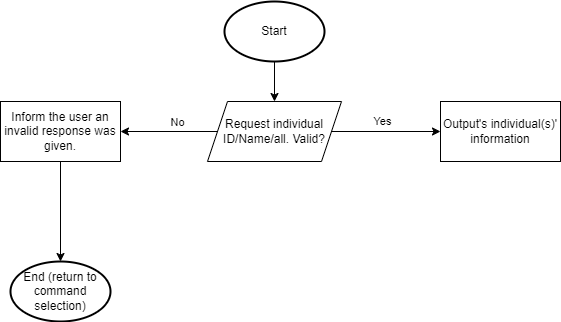
Earlier version of the draw.io export flowcharts/viewindividuals.drawio.png (iiRealisticDev/unit4tournamentapp). Source tidied: cells renumbered, new cells last; positions are measured from the earlier drawing's top-left corner, leaving out a move shared by most shapes. Source of this version:
```xml
<mxGraphModel>
  <root>
    <mxCell id="0" />
    <mxCell id="1" parent="0" />
    <mxCell id="2" style="edgeStyle=none;html=1;entryX=0.5;entryY=0;entryDx=0;entryDy=0;" parent="1" edge="1" source="3" target="8">
      <mxGeometry relative="1" as="geometry" />
    </mxCell>
    <mxCell id="3" value="Start" style="strokeWidth=2;html=1;shape=mxgraph.flowchart.start_1;whiteSpace=wrap;" parent="1" vertex="1">
      <mxGeometry x="224" width="100" height="60" as="geometry" />
    </mxCell>
    <mxCell id="4" style="edgeStyle=none;html=1;entryX=0;entryY=0.5;entryDx=0;entryDy=0;" parent="1" edge="1" source="8" target="9">
      <mxGeometry relative="1" as="geometry" />
    </mxCell>
    <mxCell id="5" value="Yes" style="edgeLabel;html=1;align=center;verticalAlign=middle;" parent="4" vertex="1">
      <mxGeometry x="0.45" y="-5" relative="1" as="geometry">
        <mxPoint x="-29" y="-16" as="offset" />
      </mxGeometry>
    </mxCell>
    <mxCell id="6" style="edgeStyle=none;html=1;entryX=1;entryY=0.5;entryDx=0;entryDy=0;" parent="1" edge="1" source="8" target="11">
      <mxGeometry relative="1" as="geometry" />
    </mxCell>
    <mxCell id="7" value="No" style="edgeLabel;html=1;align=center;verticalAlign=middle;" parent="6" vertex="1">
      <mxGeometry x="-0.47" y="-2" relative="1" as="geometry">
        <mxPoint x="-15" y="-8" as="offset" />
      </mxGeometry>
    </mxCell>
    <mxCell id="8" value="Request individual ID/Name/all. Valid?" style="shape=parallelogram;perimeter=parallelogramPerimeter;whiteSpace=wrap;html=1;fixedSize=1;" parent="1" vertex="1">
      <mxGeometry x="207" y="100" width="134" height="60" as="geometry" />
    </mxCell>
    <mxCell id="9" value="Output's individual(s)' information" style="rounded=0;whiteSpace=wrap;html=1;" parent="1" vertex="1">
      <mxGeometry x="440" y="100" width="120" height="60" as="geometry" />
    </mxCell>
    <mxCell id="10" style="edgeStyle=none;html=1;" parent="1" edge="1" source="11" target="12">
      <mxGeometry relative="1" as="geometry" />
    </mxCell>
    <mxCell id="11" value="Inform the user an invalid response was given." style="rounded=0;whiteSpace=wrap;html=1;" parent="1" vertex="1">
      <mxGeometry y="100" width="120" height="60" as="geometry" />
    </mxCell>
    <mxCell id="12" value="End (return to command selection)" style="strokeWidth=2;html=1;shape=mxgraph.flowchart.start_1;whiteSpace=wrap;" parent="1" vertex="1">
      <mxGeometry x="10" y="260" width="100" height="60" as="geometry" />
    </mxCell>
  </root>
</mxGraphModel>
```
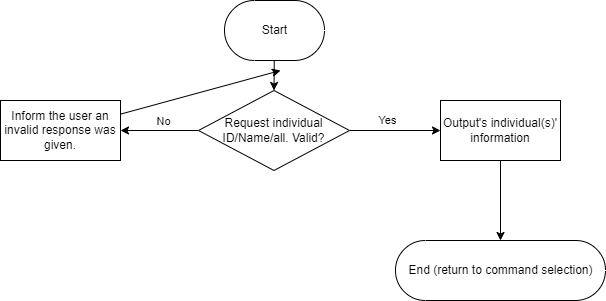
Later version of the same file.

Change to the diagram source:
```diff
@@ -5,7 +5,7 @@
     <mxCell id="2" style="edgeStyle=none;html=1;entryX=0.5;entryY=0;entryDx=0;entryDy=0;" parent="1" edge="1" source="3" target="8">
       <mxGeometry relative="1" as="geometry" />
     </mxCell>
-    <mxCell id="3" value="Start" style="strokeWidth=2;html=1;shape=mxgraph.flowchart.start_1;whiteSpace=wrap;" parent="1" vertex="1">
+    <mxCell id="3" value="Start" style="html=1;dashed=0;whitespace=wrap;shape=mxgraph.dfd.start;strokeColor=default;fontFamily=Helvetica;fontSize=12;fontColor=default;fillColor=default;" parent="1" vertex="1">
       <mxGeometry x="224" width="100" height="60" as="geometry" />
     </mxCell>
     <mxCell id="4" style="edgeStyle=none;html=1;entryX=0;entryY=0.5;entryDx=0;entryDy=0;" parent="1" edge="1" source="8" target="9">
@@ -24,20 +24,27 @@
         <mxPoint x="-15" y="-8" as="offset" />
       </mxGeometry>
     </mxCell>
-    <mxCell id="8" value="Request individual ID/Name/all. Valid?" style="shape=parallelogram;perimeter=parallelogramPerimeter;whiteSpace=wrap;html=1;fixedSize=1;" parent="1" vertex="1">
-      <mxGeometry x="207" y="100" width="134" height="60" as="geometry" />
+    <mxCell id="8" value="Request individual ID/Name/all. Valid?" style="rhombus;whiteSpace=wrap;html=1;strokeColor=default;fontFamily=Helvetica;fontSize=12;fontColor=default;fillColor=default;" parent="1" vertex="1">
+      <mxGeometry x="198" y="90" width="151" height="80" as="geometry" />
     </mxCell>
     <mxCell id="9" value="Output's individual(s)' information" style="rounded=0;whiteSpace=wrap;html=1;" parent="1" vertex="1">
       <mxGeometry x="440" y="100" width="120" height="60" as="geometry" />
     </mxCell>
-    <mxCell id="10" style="edgeStyle=none;html=1;" parent="1" edge="1" source="11" target="12">
-      <mxGeometry relative="1" as="geometry" />
+    <mxCell id="10" style="edgeStyle=none;html=1;" parent="1" edge="1" target="12">
+      <mxGeometry relative="1" as="geometry">
+        <mxPoint x="500" y="160" as="sourcePoint" />
+      </mxGeometry>
     </mxCell>
+    <mxCell id="13" style="edgeStyle=none;html=1;" parent="1" edge="1" source="11">
+      <mxGeometry relative="1" as="geometry">
+        <mxPoint x="280" y="70" as="targetPoint" />
+      </mxGeometry>
+    </mxCell>
     <mxCell id="11" value="Inform the user an invalid response was given." style="rounded=0;whiteSpace=wrap;html=1;" parent="1" vertex="1">
       <mxGeometry y="100" width="120" height="60" as="geometry" />
     </mxCell>
-    <mxCell id="12" value="End (return to command selection)" style="strokeWidth=2;html=1;shape=mxgraph.flowchart.start_1;whiteSpace=wrap;" parent="1" vertex="1">
-      <mxGeometry x="10" y="260" width="100" height="60" as="geometry" />
+    <mxCell id="12" value="End (return to command selection)" style="html=1;dashed=0;whitespace=wrap;shape=mxgraph.dfd.start;strokeColor=default;fontFamily=Helvetica;fontSize=12;fontColor=default;fillColor=default;" parent="1" vertex="1">
+      <mxGeometry x="395" y="240" width="210" height="60" as="geometry" />
     </mxCell>
   </root>
 </mxGraphModel>
```
